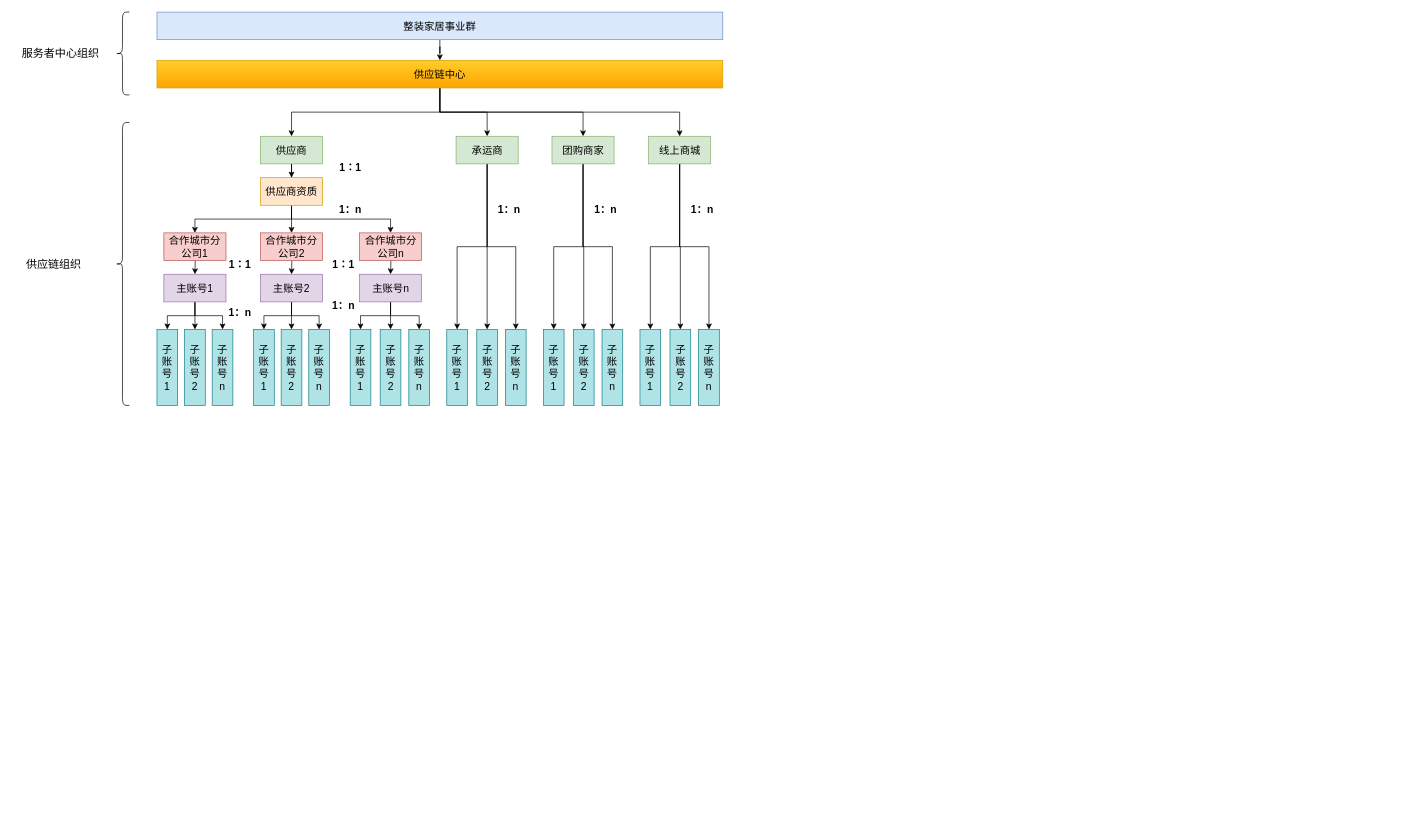
The draw.io diagram page "第 2 页" (2 of 2) of p6晋升图.drawio in jiangtao2048/diagrams, before the edit. Source tidied: cells renumbered, new cells numbered last; positions are measured from the earlier drawing's top-left corner, leaving out a move shared by most shapes. Both pictures are drawn from the tidied source at 69%, with x=0, y=0 at pixel (12, 12).
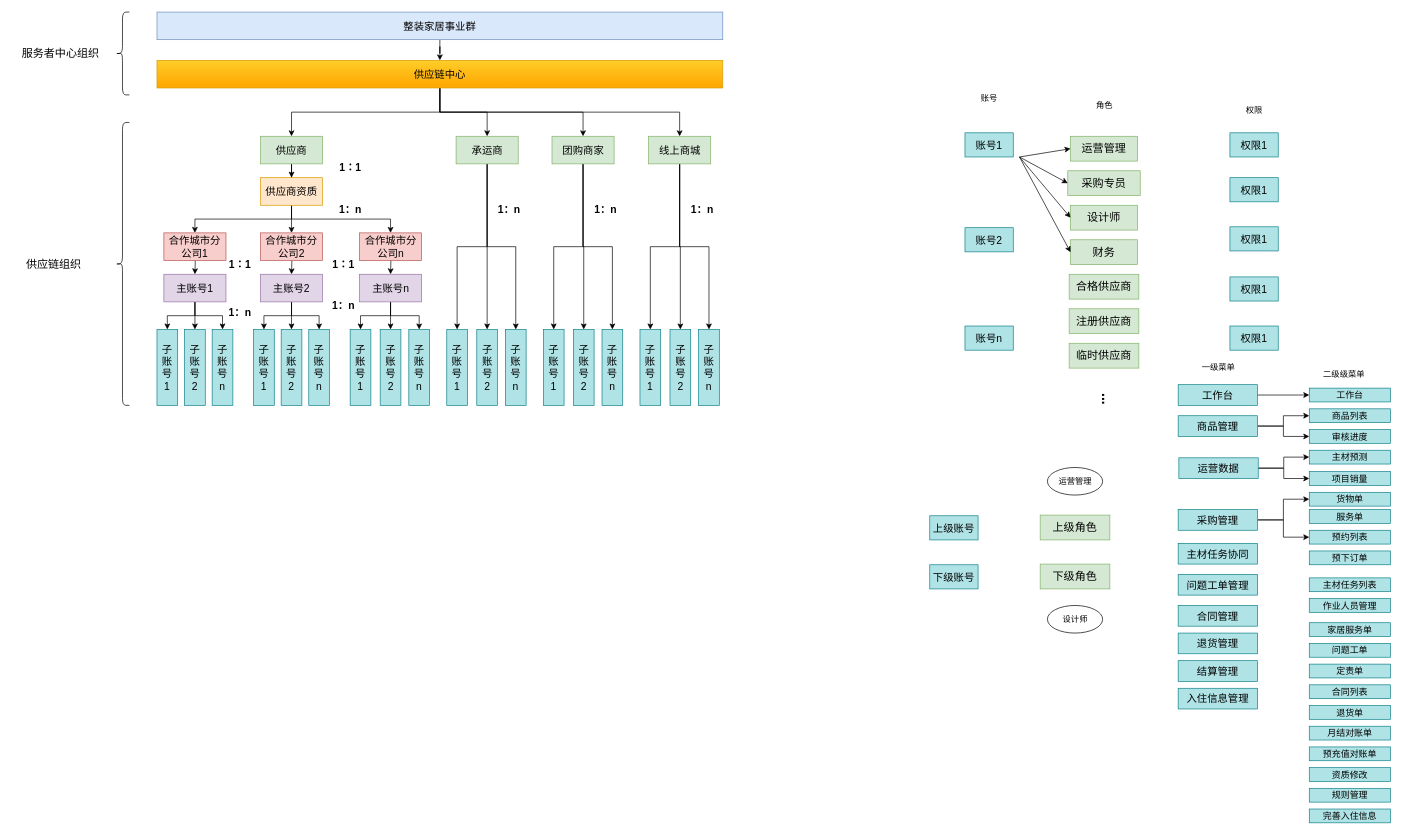
The same diagram, later.

Commit message (it also covers changes not shown here):
更新p6晋升图.drawio

What changed in the source:
```diff
@@
+    <mxCell id="76" value="运营管理" style="rounded=0;whiteSpace=wrap;html=1;fontSize=16;fillColor=#d5e8d4;strokeColor=#82b366;" parent="1" vertex="1">
+      <mxGeometry x="1534" y="180" width="97" height="36" as="geometry" />
+    </mxCell>
+    <mxCell id="77" value="采购专员" style="rounded=0;whiteSpace=wrap;html=1;fontSize=16;fillColor=#d5e8d4;strokeColor=#82b366;" parent="1" vertex="1">
+      <mxGeometry x="1530" y="230" width="105" height="36" as="geometry" />
+    </mxCell>
+    <mxCell id="78" value="设计师" style="rounded=0;whiteSpace=wrap;html=1;fontSize=16;fillColor=#d5e8d4;strokeColor=#82b366;" parent="1" vertex="1">
+      <mxGeometry x="1534" y="280" width="97" height="36" as="geometry" />
+    </mxCell>
+    <mxCell id="79" value="财务" style="rounded=0;whiteSpace=wrap;html=1;fontSize=16;fillColor=#d5e8d4;strokeColor=#82b366;" parent="1" vertex="1">
+      <mxGeometry x="1534" y="330" width="97" height="36" as="geometry" />
+    </mxCell>
+    <mxCell id="80" value="合格供应商" style="rounded=0;whiteSpace=wrap;html=1;fontSize=16;fillColor=#d5e8d4;strokeColor=#82b366;" parent="1" vertex="1">
+      <mxGeometry x="1532" y="380" width="101" height="36" as="geometry" />
+    </mxCell>
+    <mxCell id="81" value="注册供应商" style="rounded=0;whiteSpace=wrap;html=1;fontSize=16;fillColor=#d5e8d4;strokeColor=#82b366;" parent="1" vertex="1">
+      <mxGeometry x="1532" y="430" width="101" height="36" as="geometry" />
+    </mxCell>
+    <mxCell id="82" value="临时供应商" style="rounded=0;whiteSpace=wrap;html=1;fontSize=16;fillColor=#d5e8d4;strokeColor=#82b366;" parent="1" vertex="1">
+      <mxGeometry x="1532" y="480" width="101" height="36" as="geometry" />
+    </mxCell>
+    <mxCell id="83" value="角色" style="text;html=1;align=center;verticalAlign=middle;strokeColor=none;fillColor=none;" parent="1" vertex="1">
+      <mxGeometry x="1557.5" y="120" width="50" height="30" as="geometry" />
+    </mxCell>
+    <mxCell id="84" value="账号" style="text;html=1;align=center;verticalAlign=middle;strokeColor=none;fillColor=none;" parent="1" vertex="1">
+      <mxGeometry x="1391" y="110" width="50" height="30" as="geometry" />
+    </mxCell>
+    <mxCell id="85" value="权限" style="text;html=1;align=center;verticalAlign=middle;strokeColor=none;fillColor=none;" parent="1" vertex="1">
+      <mxGeometry x="1775" y="128" width="50" height="30" as="geometry" />
+    </mxCell>
+    <mxCell id="86" value="&lt;b&gt;&lt;font style=&quot;font-size: 20px;&quot;&gt;...&lt;/font&gt;&lt;/b&gt;" style="text;html=1;align=center;verticalAlign=middle;strokeColor=none;fillColor=none;fontSize=16;rotation=90;" parent="1" vertex="1">
+      <mxGeometry x="1567.5" y="540" width="40" height="40" as="geometry" />
+    </mxCell>
+    <mxCell id="87" value="&lt;font style=&quot;font-size: 15px;&quot;&gt;账号1&lt;br&gt;&lt;/font&gt;" style="rounded=0;whiteSpace=wrap;html=1;fillColor=#b0e3e6;strokeColor=#0e8088;" parent="1" vertex="1">
+      <mxGeometry x="1381" y="175" width="70" height="35" as="geometry" />
+    </mxCell>
+    <mxCell id="88" value="&lt;font style=&quot;font-size: 15px;&quot;&gt;账号2&lt;br&gt;&lt;/font&gt;" style="rounded=0;whiteSpace=wrap;html=1;fillColor=#b0e3e6;strokeColor=#0e8088;" parent="1" vertex="1">
+      <mxGeometry x="1381" y="312.5" width="70" height="35" as="geometry" />
+    </mxCell>
+    <mxCell id="89" value="&lt;font style=&quot;font-size: 15px;&quot;&gt;账号n&lt;br&gt;&lt;/font&gt;" style="rounded=0;whiteSpace=wrap;html=1;fillColor=#b0e3e6;strokeColor=#0e8088;" parent="1" vertex="1">
+      <mxGeometry x="1381" y="455" width="70" height="35" as="geometry" />
+    </mxCell>
+    <mxCell id="90" value="&lt;font style=&quot;font-size: 15px;&quot;&gt;权限1&lt;br&gt;&lt;/font&gt;" style="rounded=0;whiteSpace=wrap;html=1;fillColor=#b0e3e6;strokeColor=#0e8088;" parent="1" vertex="1">
+      <mxGeometry x="1765" y="175" width="70" height="35" as="geometry" />
+    </mxCell>
+    <mxCell id="91" value="&lt;font style=&quot;font-size: 15px;&quot;&gt;权限1&lt;br&gt;&lt;/font&gt;" style="rounded=0;whiteSpace=wrap;html=1;fillColor=#b0e3e6;strokeColor=#0e8088;" parent="1" vertex="1">
+      <mxGeometry x="1765" y="240" width="70" height="35" as="geometry" />
+    </mxCell>
+    <mxCell id="92" value="&lt;font style=&quot;font-size: 15px;&quot;&gt;权限1&lt;br&gt;&lt;/font&gt;" style="rounded=0;whiteSpace=wrap;html=1;fillColor=#b0e3e6;strokeColor=#0e8088;" parent="1" vertex="1">
+      <mxGeometry x="1765" y="311.2" width="70" height="35" as="geometry" />
+    </mxCell>
+    <mxCell id="93" value="&lt;font style=&quot;font-size: 15px;&quot;&gt;权限1&lt;br&gt;&lt;/font&gt;" style="rounded=0;whiteSpace=wrap;html=1;fillColor=#b0e3e6;strokeColor=#0e8088;" parent="1" vertex="1">
+      <mxGeometry x="1765" y="383.8" width="70" height="35" as="geometry" />
+    </mxCell>
+    <mxCell id="94" value="&lt;font style=&quot;font-size: 15px;&quot;&gt;权限1&lt;br&gt;&lt;/font&gt;" style="rounded=0;whiteSpace=wrap;html=1;fillColor=#b0e3e6;strokeColor=#0e8088;" parent="1" vertex="1">
+      <mxGeometry x="1765" y="455" width="70" height="35" as="geometry" />
+    </mxCell>
+    <mxCell id="95" style="endArrow=classic;html=1;rounded=0;entryX=0;entryY=0.5;entryDx=0;entryDy=0;" parent="1" edge="1" target="77">
+      <mxGeometry relative="1" as="geometry">
+        <mxPoint x="1460" y="210" as="sourcePoint" />
+      </mxGeometry>
+    </mxCell>
+    <mxCell id="96" style="endArrow=classic;html=1;rounded=0;entryX=0;entryY=0.5;entryDx=0;entryDy=0;" parent="1" edge="1" target="76">
+      <mxGeometry relative="1" as="geometry">
+        <mxPoint x="1460" y="210" as="sourcePoint" />
+      </mxGeometry>
+    </mxCell>
+    <mxCell id="97" style="endArrow=classic;html=1;rounded=0;entryX=0;entryY=0.5;entryDx=0;entryDy=0;" parent="1" edge="1" target="78">
+      <mxGeometry relative="1" as="geometry">
+        <mxPoint x="1460" y="210" as="sourcePoint" />
+      </mxGeometry>
+    </mxCell>
+    <mxCell id="98" style="endArrow=classic;html=1;rounded=0;entryX=0;entryY=0.5;entryDx=0;entryDy=0;" parent="1" edge="1" target="79">
+      <mxGeometry relative="1" as="geometry">
+        <mxPoint x="1460" y="210" as="sourcePoint" />
+      </mxGeometry>
+    </mxCell>
+    <mxCell id="99" value="&lt;font style=&quot;font-size: 15px;&quot;&gt;上级账号&lt;br&gt;&lt;/font&gt;" style="rounded=0;whiteSpace=wrap;html=1;fillColor=#b0e3e6;strokeColor=#0e8088;" parent="1" vertex="1">
+      <mxGeometry x="1330" y="730" width="70" height="35" as="geometry" />
+    </mxCell>
+    <mxCell id="100" value="上级角色" style="rounded=0;whiteSpace=wrap;html=1;fontSize=16;fillColor=#d5e8d4;strokeColor=#82b366;" parent="1" vertex="1">
+      <mxGeometry x="1490" y="729" width="101" height="36" as="geometry" />
+    </mxCell>
+    <mxCell id="101" value="&lt;font style=&quot;font-size: 15px;&quot;&gt;下级账号&lt;br&gt;&lt;/font&gt;" style="rounded=0;whiteSpace=wrap;html=1;fillColor=#b0e3e6;strokeColor=#0e8088;" parent="1" vertex="1">
+      <mxGeometry x="1330" y="801" width="70" height="35" as="geometry" />
+    </mxCell>
+    <mxCell id="102" value="下级角色" style="rounded=0;whiteSpace=wrap;html=1;fontSize=16;fillColor=#d5e8d4;strokeColor=#82b366;" parent="1" vertex="1">
+      <mxGeometry x="1490" y="800" width="101" height="36" as="geometry" />
+    </mxCell>
+    <mxCell id="103" value="设计师" style="ellipse;whiteSpace=wrap;html=1;" parent="1" vertex="1">
+      <mxGeometry x="1500.5" y="860" width="80" height="40" as="geometry" />
+    </mxCell>
+    <mxCell id="104" value="运营管理" style="ellipse;whiteSpace=wrap;html=1;" parent="1" vertex="1">
+      <mxGeometry x="1500.5" y="660" width="80" height="40" as="geometry" />
+    </mxCell>
+    <mxCell id="105" style="edgeStyle=orthogonalEdgeStyle;rounded=0;jettySize=auto;html=1;exitX=1;exitY=0.5;exitDx=0;exitDy=0;" parent="1" edge="1" source="107" target="125">
+      <mxGeometry relative="1" as="geometry" />
+    </mxCell>
+    <mxCell id="106" style="edgeStyle=orthogonalEdgeStyle;rounded=0;jettySize=auto;html=1;exitX=1;exitY=0.5;exitDx=0;exitDy=0;" parent="1" edge="1" source="107" target="126">
+      <mxGeometry relative="1" as="geometry" />
+    </mxCell>
+    <mxCell id="107" value="&lt;font style=&quot;font-size: 15px;&quot;&gt;商品管理&lt;/font&gt;" style="rounded=0;whiteSpace=wrap;html=1;fillColor=#b0e3e6;strokeColor=#0e8088;" parent="1" vertex="1">
+      <mxGeometry x="1690" y="585" width="115" height="30" as="geometry" />
+    </mxCell>
+    <mxCell id="108" style="edgeStyle=orthogonalEdgeStyle;rounded=0;jettySize=auto;html=1;exitX=1;exitY=0.5;exitDx=0;exitDy=0;" parent="1" edge="1" source="110" target="127">
+      <mxGeometry relative="1" as="geometry" />
+    </mxCell>
+    <mxCell id="109" style="edgeStyle=orthogonalEdgeStyle;rounded=0;jettySize=auto;html=1;exitX=1;exitY=0.5;exitDx=0;exitDy=0;" parent="1" edge="1" source="110" target="128">
+      <mxGeometry relative="1" as="geometry" />
+    </mxCell>
+    <mxCell id="110" value="&lt;font style=&quot;font-size: 15px;&quot;&gt;运营数据&lt;br&gt;&lt;/font&gt;" style="rounded=0;whiteSpace=wrap;html=1;fillColor=#b0e3e6;strokeColor=#0e8088;" parent="1" vertex="1">
+      <mxGeometry x="1691" y="646" width="115" height="30" as="geometry" />
+    </mxCell>
+    <mxCell id="111" style="edgeStyle=orthogonalEdgeStyle;rounded=0;jettySize=auto;html=1;exitX=1;exitY=0.5;exitDx=0;exitDy=0;entryX=0;entryY=0.5;entryDx=0;entryDy=0;" parent="1" edge="1" source="113" target="129">
+      <mxGeometry relative="1" as="geometry" />
+    </mxCell>
+    <mxCell id="112" style="edgeStyle=orthogonalEdgeStyle;rounded=0;jettySize=auto;html=1;exitX=1;exitY=0.5;exitDx=0;exitDy=0;entryX=0;entryY=0.5;entryDx=0;entryDy=0;" parent="1" edge="1" source="113" target="130">
+      <mxGeometry relative="1" as="geometry" />
+    </mxCell>
+    <mxCell id="113" value="&lt;font style=&quot;font-size: 15px;&quot;&gt;采购管理&lt;br&gt;&lt;/font&gt;" style="rounded=0;whiteSpace=wrap;html=1;fillColor=#b0e3e6;strokeColor=#0e8088;" parent="1" vertex="1">
+      <mxGeometry x="1690" y="721" width="115" height="30" as="geometry" />
+    </mxCell>
+    <mxCell id="114" value="一级菜单" style="text;html=1;align=center;verticalAlign=middle;strokeColor=none;fillColor=none;" parent="1" vertex="1">
+      <mxGeometry x="1712.5" y="500" width="70" height="30" as="geometry" />
+    </mxCell>
+    <mxCell id="115" value="二级级菜单" style="text;html=1;align=center;verticalAlign=middle;strokeColor=none;fillColor=none;" parent="1" vertex="1">
+      <mxGeometry x="1890" y="510" width="80" height="30" as="geometry" />
+    </mxCell>
+    <mxCell id="116" value="&lt;font style=&quot;font-size: 15px;&quot;&gt;主材任务协同&lt;/font&gt;" style="rounded=0;whiteSpace=wrap;html=1;fillColor=#b0e3e6;strokeColor=#0e8088;" parent="1" vertex="1">
+      <mxGeometry x="1690" y="770" width="115" height="30" as="geometry" />
+    </mxCell>
+    <mxCell id="117" value="&lt;font style=&quot;font-size: 15px;&quot;&gt;问题工单管理&lt;/font&gt;" style="rounded=0;whiteSpace=wrap;html=1;fillColor=#b0e3e6;strokeColor=#0e8088;" parent="1" vertex="1">
+      <mxGeometry x="1690" y="815" width="115" height="30" as="geometry" />
+    </mxCell>
+    <mxCell id="118" value="&lt;font style=&quot;font-size: 15px;&quot;&gt;合同管理&lt;/font&gt;" style="rounded=0;whiteSpace=wrap;html=1;fillColor=#b0e3e6;strokeColor=#0e8088;" parent="1" vertex="1">
+      <mxGeometry x="1690" y="860" width="115" height="30" as="geometry" />
+    </mxCell>
+    <mxCell id="119" value="&lt;font style=&quot;font-size: 15px;&quot;&gt;退货管理&lt;/font&gt;" style="rounded=0;whiteSpace=wrap;html=1;fillColor=#b0e3e6;strokeColor=#0e8088;" parent="1" vertex="1">
+      <mxGeometry x="1690" y="900" width="115" height="30" as="geometry" />
+    </mxCell>
+    <mxCell id="120" value="&lt;font style=&quot;font-size: 15px;&quot;&gt;结算管理&lt;/font&gt;" style="rounded=0;whiteSpace=wrap;html=1;fillColor=#b0e3e6;strokeColor=#0e8088;" parent="1" vertex="1">
+      <mxGeometry x="1690" y="940" width="115" height="30" as="geometry" />
+    </mxCell>
+    <mxCell id="121" value="&lt;font style=&quot;font-size: 15px;&quot;&gt;入住信息管理&lt;/font&gt;" style="rounded=0;whiteSpace=wrap;html=1;fillColor=#b0e3e6;strokeColor=#0e8088;" parent="1" vertex="1">
+      <mxGeometry x="1690" y="980" width="115" height="30" as="geometry" />
+    </mxCell>
+    <mxCell id="122" style="edgeStyle=orthogonalEdgeStyle;rounded=0;jettySize=auto;html=1;exitX=1;exitY=0.5;exitDx=0;exitDy=0;" parent="1" edge="1" source="123" target="124">
+      <mxGeometry relative="1" as="geometry" />
+    </mxCell>
+    <mxCell id="123" value="&lt;font style=&quot;font-size: 15px;&quot;&gt;工作台&lt;/font&gt;" style="rounded=0;whiteSpace=wrap;html=1;fillColor=#b0e3e6;strokeColor=#0e8088;" parent="1" vertex="1">
+      <mxGeometry x="1690" y="540" width="115" height="30" as="geometry" />
+    </mxCell>
+    <mxCell id="124" value="&lt;font style=&quot;font-size: 13px;&quot;&gt;工作台&lt;/font&gt;" style="rounded=0;whiteSpace=wrap;html=1;fillColor=#b0e3e6;strokeColor=#0e8088;" parent="1" vertex="1">
+      <mxGeometry x="1880" y="545" width="117.5" height="20" as="geometry" />
+    </mxCell>
+    <mxCell id="125" value="&lt;font style=&quot;font-size: 13px;&quot;&gt;商品列表&lt;/font&gt;" style="rounded=0;whiteSpace=wrap;html=1;fillColor=#b0e3e6;strokeColor=#0e8088;" parent="1" vertex="1">
+      <mxGeometry x="1880" y="575" width="117.5" height="20" as="geometry" />
+    </mxCell>
+    <mxCell id="126" value="&lt;span style=&quot;font-size: 13px;&quot;&gt;审核进度&lt;/span&gt;" style="rounded=0;whiteSpace=wrap;html=1;fillColor=#b0e3e6;strokeColor=#0e8088;" parent="1" vertex="1">
+      <mxGeometry x="1880" y="605" width="117.5" height="20" as="geometry" />
+    </mxCell>
+    <mxCell id="127" value="&lt;span style=&quot;font-size: 13px;&quot;&gt;主材预测&lt;/span&gt;" style="rounded=0;whiteSpace=wrap;html=1;fillColor=#b0e3e6;strokeColor=#0e8088;" parent="1" vertex="1">
+      <mxGeometry x="1880" y="635" width="117.5" height="20" as="geometry" />
+    </mxCell>
+    <mxCell id="128" value="&lt;span style=&quot;font-size: 13px;&quot;&gt;项目销量&lt;/span&gt;" style="rounded=0;whiteSpace=wrap;html=1;fillColor=#b0e3e6;strokeColor=#0e8088;" parent="1" vertex="1">
+      <mxGeometry x="1880" y="666" width="117.5" height="20" as="geometry" />
+    </mxCell>
+    <mxCell id="129" value="&lt;span style=&quot;font-size: 13px;&quot;&gt;货物单&lt;/span&gt;" style="rounded=0;whiteSpace=wrap;html=1;fillColor=#b0e3e6;strokeColor=#0e8088;" parent="1" vertex="1">
+      <mxGeometry x="1880" y="696" width="117.5" height="20" as="geometry" />
+    </mxCell>
+    <mxCell id="130" value="&lt;span style=&quot;font-size: 13px;&quot;&gt;预约列表&lt;/span&gt;" style="rounded=0;whiteSpace=wrap;html=1;fillColor=#b0e3e6;strokeColor=#0e8088;" parent="1" vertex="1">
+      <mxGeometry x="1880" y="751" width="117.5" height="20" as="geometry" />
+    </mxCell>
+    <mxCell id="131" value="&lt;span style=&quot;font-size: 13px;&quot;&gt;主材任务列表&lt;/span&gt;" style="rounded=0;whiteSpace=wrap;html=1;fillColor=#b0e3e6;strokeColor=#0e8088;" parent="1" vertex="1">
+      <mxGeometry x="1880" y="820" width="117.5" height="20" as="geometry" />
+    </mxCell>
+    <mxCell id="132" value="&lt;span style=&quot;font-size: 13px;&quot;&gt;作业人员管理&lt;/span&gt;" style="rounded=0;whiteSpace=wrap;html=1;fillColor=#b0e3e6;strokeColor=#0e8088;" parent="1" vertex="1">
+      <mxGeometry x="1880" y="850" width="117.5" height="20" as="geometry" />
+    </mxCell>
+    <mxCell id="133" value="&lt;span style=&quot;font-size: 13px;&quot;&gt;家居服务单&lt;/span&gt;" style="rounded=0;whiteSpace=wrap;html=1;fillColor=#b0e3e6;strokeColor=#0e8088;" parent="1" vertex="1">
+      <mxGeometry x="1880" y="885" width="117.5" height="20" as="geometry" />
+    </mxCell>
+    <mxCell id="134" value="&lt;span style=&quot;font-size: 13px;&quot;&gt;问题工单&lt;/span&gt;" style="rounded=0;whiteSpace=wrap;html=1;fillColor=#b0e3e6;strokeColor=#0e8088;" parent="1" vertex="1">
+      <mxGeometry x="1880" y="915" width="117.5" height="20" as="geometry" />
+    </mxCell>
+    <mxCell id="135" value="&lt;span style=&quot;font-size: 13px;&quot;&gt;定责单&lt;/span&gt;" style="rounded=0;whiteSpace=wrap;html=1;fillColor=#b0e3e6;strokeColor=#0e8088;" parent="1" vertex="1">
+      <mxGeometry x="1880" y="945" width="117.5" height="20" as="geometry" />
+    </mxCell>
+    <mxCell id="136" value="&lt;span style=&quot;font-size: 13px;&quot;&gt;合同列表&lt;/span&gt;" style="rounded=0;whiteSpace=wrap;html=1;fillColor=#b0e3e6;strokeColor=#0e8088;" parent="1" vertex="1">
+      <mxGeometry x="1880" y="975" width="117.5" height="20" as="geometry" />
+    </mxCell>
+    <mxCell id="137" value="&lt;span style=&quot;font-size: 13px;&quot;&gt;退货单&lt;/span&gt;" style="rounded=0;whiteSpace=wrap;html=1;fillColor=#b0e3e6;strokeColor=#0e8088;" parent="1" vertex="1">
+      <mxGeometry x="1880" y="1005" width="117.5" height="20" as="geometry" />
+    </mxCell>
+    <mxCell id="138" value="&lt;span style=&quot;font-size: 13px;&quot;&gt;月结对账单&lt;/span&gt;" style="rounded=0;whiteSpace=wrap;html=1;fillColor=#b0e3e6;strokeColor=#0e8088;" parent="1" vertex="1">
+      <mxGeometry x="1880" y="1035" width="117.5" height="20" as="geometry" />
+    </mxCell>
+    <mxCell id="139" value="&lt;span style=&quot;font-size: 13px;&quot;&gt;预充值对账单&lt;/span&gt;" style="rounded=0;whiteSpace=wrap;html=1;fillColor=#b0e3e6;strokeColor=#0e8088;" parent="1" vertex="1">
+      <mxGeometry x="1880" y="1065" width="117.5" height="20" as="geometry" />
+    </mxCell>
+    <mxCell id="140" value="&lt;span style=&quot;font-size: 13px;&quot;&gt;资质修改&lt;/span&gt;" style="rounded=0;whiteSpace=wrap;html=1;fillColor=#b0e3e6;strokeColor=#0e8088;" parent="1" vertex="1">
+      <mxGeometry x="1880" y="1095" width="117.5" height="20" as="geometry" />
+    </mxCell>
+    <mxCell id="141" value="&lt;span style=&quot;font-size: 13px;&quot;&gt;规则管理&lt;/span&gt;" style="rounded=0;whiteSpace=wrap;html=1;fillColor=#b0e3e6;strokeColor=#0e8088;" parent="1" vertex="1">
+      <mxGeometry x="1880" y="1125" width="117.5" height="20" as="geometry" />
+    </mxCell>
+    <mxCell id="142" value="&lt;span style=&quot;font-size: 13px;&quot;&gt;完善入住信息&lt;/span&gt;" style="rounded=0;whiteSpace=wrap;html=1;fillColor=#b0e3e6;strokeColor=#0e8088;" parent="1" vertex="1">
+      <mxGeometry x="1880" y="1155" width="117.5" height="20" as="geometry" />
+    </mxCell>
+    <mxCell id="143" value="&lt;span style=&quot;font-size: 13px;&quot;&gt;服务单&lt;/span&gt;" style="rounded=0;whiteSpace=wrap;html=1;fillColor=#b0e3e6;strokeColor=#0e8088;" parent="1" vertex="1">
+      <mxGeometry x="1880" y="721" width="117.5" height="20" as="geometry" />
+    </mxCell>
+    <mxCell id="144" value="&lt;span style=&quot;font-size: 13px;&quot;&gt;预下订单&lt;/span&gt;" style="rounded=0;whiteSpace=wrap;html=1;fillColor=#b0e3e6;strokeColor=#0e8088;" parent="1" vertex="1">
+      <mxGeometry x="1880" y="781" width="117.5" height="20" as="geometry" />
+    </mxCell>
```
